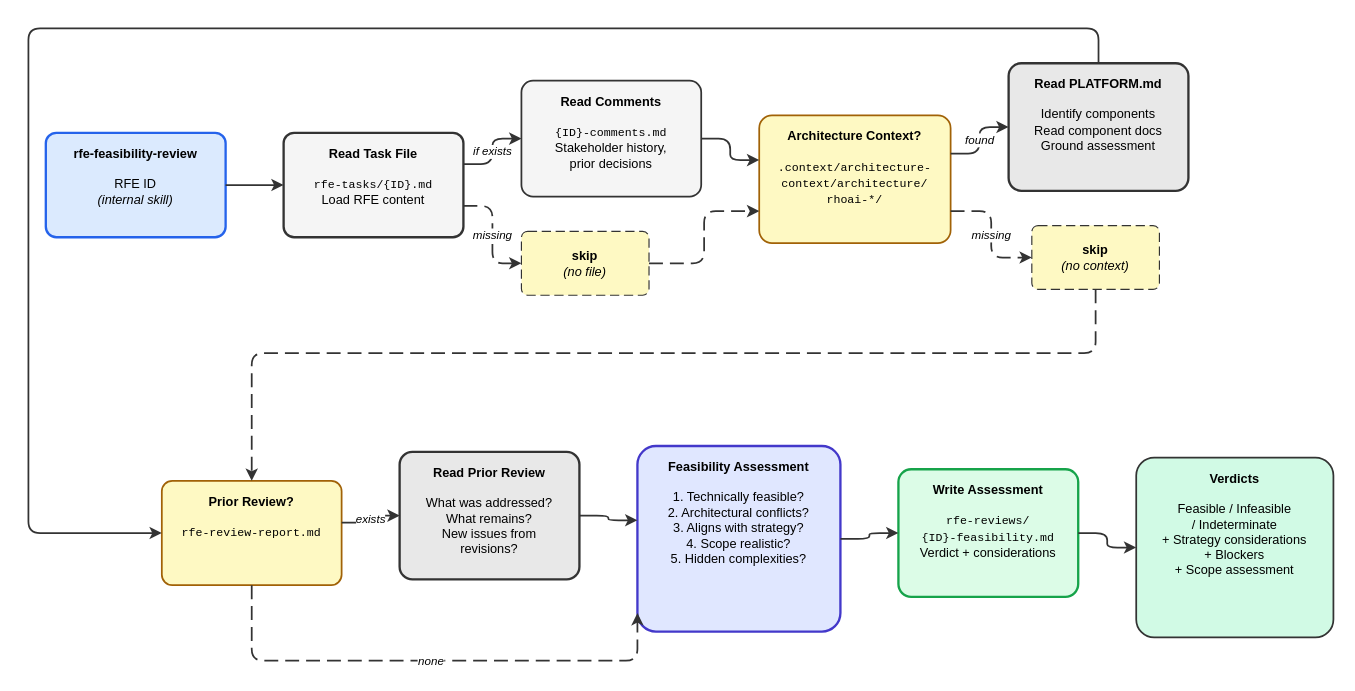
Before: site/docs/plugins/rfe-creator/rfe-feasibility-review.drawio in opendatahub-io/skills-registry, a draw.io diagram. Source tidied: cells renumbered, new cells numbered last; positions are measured from the earlier drawing's top-left corner, leaving out a move shared by most shapes. Both pictures are drawn from the tidied source at 116%, with x=0, y=0 at pixel (28, 28).
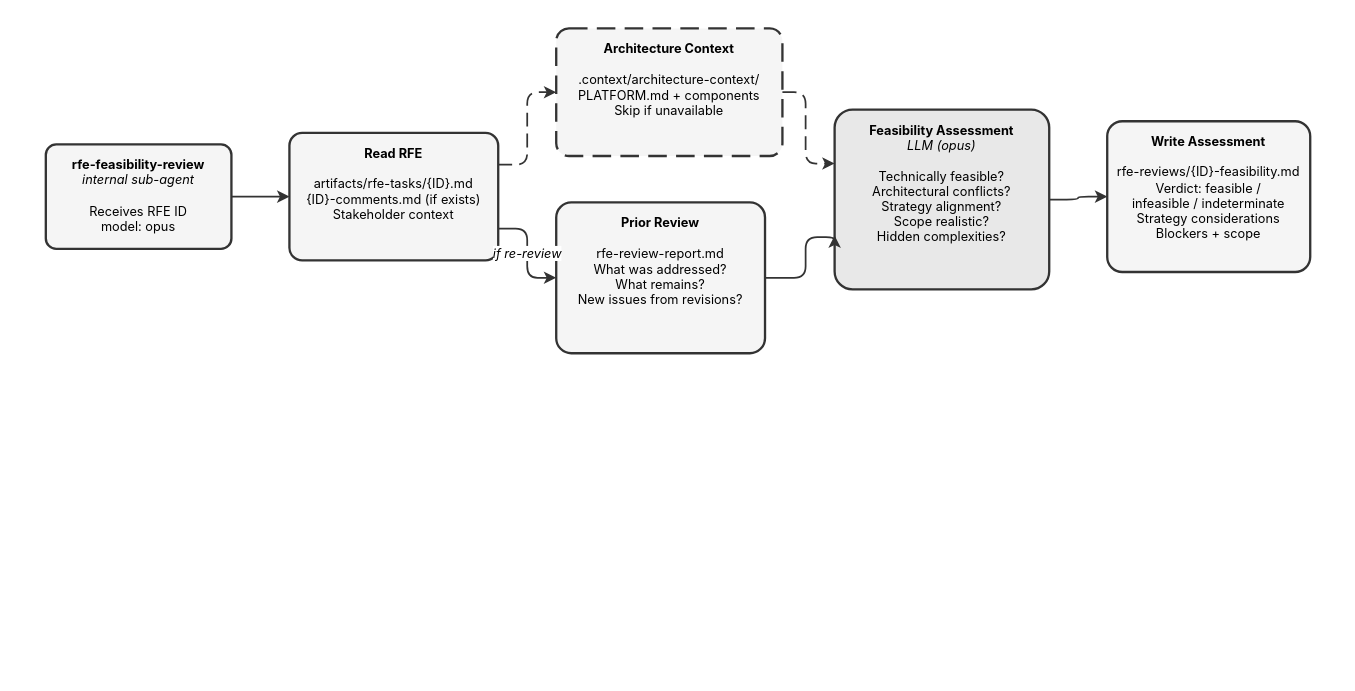
The same page after the edit.

Diff of the diagram source:
```diff
@@
-    <mxCell id="2" value="&lt;b&gt;rfe-feasibility-review&lt;/b&gt;&lt;br&gt;&lt;br&gt;RFE ID&lt;br&gt;&lt;i&gt;(internal skill)&lt;/i&gt;" style="rounded=1;whiteSpace=wrap;html=1;fillColor=#dbeafe;strokeColor=#2563eb;strokeWidth=2;arcSize=10;verticalAlign=top;spacingTop=5;fontSize=11;" parent="1" vertex="1">
-      <mxGeometry x="15" y="90" width="155" height="90" as="geometry" />
+    <mxCell id="2" value="&lt;b&gt;rfe-feasibility-review&lt;/b&gt;&lt;br&gt;&lt;i&gt;internal sub-agent&lt;/i&gt;&lt;br&gt;&lt;br&gt;Receives RFE ID&lt;br&gt;model: opus" style="rounded=1;whiteSpace=wrap;html=1;fillColor=#f5f5f5;strokeColor=#333333;strokeWidth=2;arcSize=10;verticalAlign=top;spacingTop=5;fontSize=11;fontFamily=Inter,Helvetica,Arial,sans-serif;" parent="1" vertex="1">
+      <mxGeometry x="15" y="100" width="160" height="90" as="geometry" />
     </mxCell>
-    <mxCell id="3" value="&lt;b&gt;Read Task File&lt;/b&gt;&lt;br&gt;&lt;br&gt;&lt;font face='Courier New' style='font-size:10px'&gt;rfe-tasks/{ID}.md&lt;/font&gt;&lt;br&gt;Load RFE content" style="rounded=1;whiteSpace=wrap;html=1;fillColor=#f5f5f5;strokeColor=#333333;strokeWidth=2;arcSize=10;verticalAlign=top;spacingTop=5;fontSize=11;" parent="1" vertex="1">
-      <mxGeometry x="220" y="90" width="155" height="90" as="geometry" />
-    </mxCell>
-    <mxCell id="4" value="&lt;b&gt;Read Comments&lt;/b&gt;&lt;br&gt;&lt;br&gt;&lt;font face='Courier New' style='font-size:10px'&gt;{ID}-comments.md&lt;/font&gt;&lt;br&gt;Stakeholder history,&lt;br&gt;prior decisions" style="rounded=1;whiteSpace=wrap;html=1;fillColor=#f5f5f5;strokeColor=#333333;strokeWidth=1.5;arcSize=10;verticalAlign=top;spacingTop=5;fontSize=11;" parent="1" vertex="1">
-      <mxGeometry x="425" y="45" width="155" height="100" as="geometry" />
-    </mxCell>
-    <mxCell id="5" value="&lt;b&gt;skip&lt;/b&gt;&lt;br&gt;&lt;i&gt;(no file)&lt;/i&gt;" style="rounded=1;whiteSpace=wrap;html=1;fillColor=#fef9c3;strokeColor=#333333;strokeWidth=1;arcSize=10;dashed=1;dashPattern=8 4;verticalAlign=middle;fontSize=11;" parent="1" vertex="1">
-      <mxGeometry x="425" y="175" width="110" height="55" as="geometry" />
-    </mxCell>
-    <mxCell id="6" value="&lt;b&gt;Architecture Context?&lt;/b&gt;&lt;br&gt;&lt;br&gt;&lt;font face='Courier New' style='font-size:10px'&gt;.context/architecture-&lt;br&gt;context/architecture/&lt;br&gt;rhoai-*/&lt;/font&gt;" style="rounded=1;whiteSpace=wrap;html=1;fillColor=#fef9c3;strokeColor=#a16207;strokeWidth=1.5;arcSize=10;verticalAlign=top;spacingTop=5;fontSize=11;" parent="1" vertex="1">
-      <mxGeometry x="630" y="75" width="165" height="110" as="geometry" />
-    </mxCell>
-    <mxCell id="7" value="&lt;b&gt;Read PLATFORM.md&lt;/b&gt;&lt;br&gt;&lt;br&gt;Identify components&lt;br&gt;Read component docs&lt;br&gt;Ground assessment" style="rounded=1;whiteSpace=wrap;html=1;fillColor=#e8e8e8;strokeColor=#333333;strokeWidth=2;arcSize=10;verticalAlign=top;spacingTop=5;fontSize=11;" parent="1" vertex="1">
-      <mxGeometry x="845" y="30" width="155" height="110" as="geometry" />
-    </mxCell>
-    <mxCell id="8" value="&lt;b&gt;skip&lt;/b&gt;&lt;br&gt;&lt;i&gt;(no context)&lt;/i&gt;" style="rounded=1;whiteSpace=wrap;html=1;fillColor=#fef9c3;strokeColor=#333333;strokeWidth=1;arcSize=10;dashed=1;dashPattern=8 4;verticalAlign=middle;fontSize=11;" parent="1" vertex="1">
-      <mxGeometry x="865" y="170" width="110" height="55" as="geometry" />
-    </mxCell>
+    <mxCell id="28" value="&lt;b&gt;Read RFE&lt;/b&gt;&lt;br&gt;&lt;br&gt;artifacts/rfe-tasks/{ID}.md&lt;br&gt;{ID}-comments.md (if exists)&lt;br&gt;Stakeholder context" style="rounded=1;whiteSpace=wrap;html=1;fillColor=#f5f5f5;strokeColor=#333333;strokeWidth=2;arcSize=10;verticalAlign=top;spacingTop=5;fontSize=11;fontFamily=Inter,Helvetica,Arial,sans-serif;" parent="1" vertex="1">
+      <mxGeometry x="225" y="90" width="180" height="110" as="geometry" />
+    </mxCell>
+    <mxCell id="29" value="&lt;b&gt;Architecture Context&lt;/b&gt;&lt;br&gt;&lt;br&gt;.context/architecture-context/&lt;br&gt;PLATFORM.md + components&lt;br&gt;Skip if unavailable" style="rounded=1;whiteSpace=wrap;html=1;fillColor=#f5f5f5;strokeColor=#333333;strokeWidth=2;arcSize=10;dashed=1;dashPattern=8 4;verticalAlign=top;spacingTop=5;fontSize=11;fontFamily=Inter,Helvetica,Arial,sans-serif;" parent="1" vertex="1">
+      <mxGeometry x="455" width="195" height="110" as="geometry" />
+    </mxCell>
-    <mxCell id="9" value="&lt;b&gt;Prior Review?&lt;/b&gt;&lt;br&gt;&lt;br&gt;&lt;font face='Courier New' style='font-size:10px'&gt;rfe-review-report.md&lt;/font&gt;" style="rounded=1;whiteSpace=wrap;html=1;fillColor=#fef9c3;strokeColor=#a16207;strokeWidth=1.5;arcSize=10;verticalAlign=top;spacingTop=5;fontSize=11;" parent="1" vertex="1">
-      <mxGeometry x="115" y="390" width="155" height="90" as="geometry" />
+    <mxCell id="9" value="&lt;b&gt;Prior Review&lt;/b&gt;&lt;br&gt;&lt;br&gt;rfe-review-report.md&lt;br&gt;What was addressed?&lt;br&gt;What remains?&lt;br&gt;New issues from revisions?" style="rounded=1;whiteSpace=wrap;html=1;fillColor=#f5f5f5;strokeColor=#333333;strokeWidth=2;arcSize=10;verticalAlign=top;spacingTop=5;fontSize=11;fontFamily=Inter,Helvetica,Arial,sans-serif;" parent="1" vertex="1">
+      <mxGeometry x="455" y="150" width="180" height="130" as="geometry" />
     </mxCell>
-    <mxCell id="10" value="&lt;b&gt;Read Prior Review&lt;/b&gt;&lt;br&gt;&lt;br&gt;What was addressed?&lt;br&gt;What remains?&lt;br&gt;New issues from&lt;br&gt;revisions?" style="rounded=1;whiteSpace=wrap;html=1;fillColor=#e8e8e8;strokeColor=#333333;strokeWidth=2;arcSize=10;verticalAlign=top;spacingTop=5;fontSize=11;" parent="1" vertex="1">
-      <mxGeometry x="320" y="365" width="155" height="110" as="geometry" />
-    </mxCell>
-    <mxCell id="11" value="&lt;b&gt;Feasibility Assessment&lt;/b&gt;&lt;br&gt;&lt;br&gt;1. Technically feasible?&lt;br&gt;2. Architectural conflicts?&lt;br&gt;3. Aligns with strategy?&lt;br&gt;4. Scope realistic?&lt;br&gt;5. Hidden complexities?" style="rounded=1;whiteSpace=wrap;html=1;fillColor=#e0e7ff;strokeColor=#4338ca;strokeWidth=2;arcSize=10;verticalAlign=top;spacingTop=5;fontSize=11;" parent="1" vertex="1">
-      <mxGeometry x="525" y="360" width="175" height="160" as="geometry" />
+    <mxCell id="11" value="&lt;b&gt;Feasibility Assessment&lt;/b&gt;&lt;br&gt;&lt;i&gt;LLM (opus)&lt;/i&gt;&lt;br&gt;&lt;br&gt;Technically feasible?&lt;br&gt;Architectural conflicts?&lt;br&gt;Strategy alignment?&lt;br&gt;Scope realistic?&lt;br&gt;Hidden complexities?" style="rounded=1;whiteSpace=wrap;html=1;fillColor=#e8e8e8;strokeColor=#333333;strokeWidth=2;arcSize=10;verticalAlign=top;spacingTop=5;fontSize=11;fontFamily=Inter,Helvetica,Arial,sans-serif;" parent="1" vertex="1">
+      <mxGeometry x="695" y="70" width="185" height="155" as="geometry" />
     </mxCell>
-    <mxCell id="12" value="&lt;b&gt;Write Assessment&lt;/b&gt;&lt;br&gt;&lt;br&gt;&lt;font face='Courier New' style='font-size:10px'&gt;rfe-reviews/&lt;br&gt;{ID}-feasibility.md&lt;/font&gt;&lt;br&gt;Verdict + considerations" style="rounded=1;whiteSpace=wrap;html=1;fillColor=#dcfce7;strokeColor=#16a34a;strokeWidth=2;arcSize=10;verticalAlign=top;spacingTop=5;fontSize=11;" parent="1" vertex="1">
-      <mxGeometry x="750" y="380" width="155" height="110" as="geometry" />
+    <mxCell id="12" value="&lt;b&gt;Write Assessment&lt;/b&gt;&lt;br&gt;&lt;br&gt;rfe-reviews/{ID}-feasibility.md&lt;br&gt;Verdict: feasible /&lt;br&gt;infeasible / indeterminate&lt;br&gt;Strategy considerations&lt;br&gt;Blockers + scope" style="rounded=1;whiteSpace=wrap;html=1;fillColor=#f5f5f5;strokeColor=#333333;strokeWidth=2;arcSize=10;verticalAlign=top;spacingTop=5;fontSize=11;fontFamily=Inter,Helvetica,Arial,sans-serif;" parent="1" vertex="1">
+      <mxGeometry x="930" y="80" width="175" height="130" as="geometry" />
     </mxCell>
-    <mxCell id="13" value="&lt;b&gt;Verdicts&lt;/b&gt;&lt;br&gt;&lt;br&gt;Feasible / Infeasible&lt;br&gt;/ Indeterminate&lt;br&gt;+ Strategy considerations&lt;br&gt;+ Blockers&lt;br&gt;+ Scope assessment" style="rounded=1;whiteSpace=wrap;html=1;fillColor=#d1fae5;strokeColor=#333333;strokeWidth=1.5;arcSize=10;verticalAlign=top;spacingTop=5;fontSize=11;" parent="1" vertex="1">
-      <mxGeometry x="955" y="370" width="170" height="155" as="geometry" />
-    </mxCell>
-    <mxCell id="14" style="edgeStyle=orthogonalEdgeStyle;rounded=1;strokeColor=#333333;strokeWidth=1.5;html=1;exitX=1;exitY=0.5;exitDx=0;exitDy=0;entryX=0;entryY=0.5;entryDx=0;entryDy=0;" parent="1" edge="1" source="2" target="3">
-      <mxGeometry relative="1" as="geometry" />
-    </mxCell>
-    <mxCell id="15" value="if exists" style="edgeStyle=orthogonalEdgeStyle;rounded=1;strokeColor=#333333;strokeWidth=1.5;html=1;fontStyle=2;fontSize=10;exitX=1;exitY=0.3;exitDx=0;exitDy=0;entryX=0;entryY=0.5;entryDx=0;entryDy=0;" parent="1" edge="1" source="3" target="4">
-      <mxGeometry relative="1" as="geometry" />
-    </mxCell>
-    <mxCell id="16" value="missing" style="edgeStyle=orthogonalEdgeStyle;rounded=1;strokeColor=#333333;strokeWidth=1.5;dashed=1;dashPattern=8 4;html=1;fontStyle=2;fontSize=10;exitX=1;exitY=0.7;exitDx=0;exitDy=0;entryX=0;entryY=0.5;entryDx=0;entryDy=0;" parent="1" edge="1" source="3" target="5">
-      <mxGeometry relative="1" as="geometry" />
-    </mxCell>
-    <mxCell id="17" style="edgeStyle=orthogonalEdgeStyle;rounded=1;strokeColor=#333333;strokeWidth=1.5;html=1;exitX=1;exitY=0.5;exitDx=0;exitDy=0;entryX=0;entryY=0.35;entryDx=0;entryDy=0;" parent="1" edge="1" source="4" target="6">
-      <mxGeometry relative="1" as="geometry" />
-    </mxCell>
-    <mxCell id="18" style="edgeStyle=orthogonalEdgeStyle;rounded=1;strokeColor=#333333;strokeWidth=1.5;dashed=1;dashPattern=8 4;html=1;exitX=1;exitY=0.5;exitDx=0;exitDy=0;entryX=0;entryY=0.75;entryDx=0;entryDy=0;" parent="1" edge="1" source="5" target="6">
-      <mxGeometry relative="1" as="geometry" />
-    </mxCell>
-    <mxCell id="19" value="found" style="edgeStyle=orthogonalEdgeStyle;rounded=1;strokeColor=#333333;strokeWidth=1.5;html=1;fontStyle=2;fontSize=10;exitX=1;exitY=0.3;exitDx=0;exitDy=0;entryX=0;entryY=0.5;entryDx=0;entryDy=0;" parent="1" edge="1" source="6" target="7">
-      <mxGeometry relative="1" as="geometry" />
-    </mxCell>
-    <mxCell id="20" value="missing" style="edgeStyle=orthogonalEdgeStyle;rounded=1;strokeColor=#333333;strokeWidth=1.5;dashed=1;dashPattern=8 4;html=1;fontStyle=2;fontSize=10;exitX=1;exitY=0.75;exitDx=0;exitDy=0;entryX=0;entryY=0.5;entryDx=0;entryDy=0;" parent="1" edge="1" source="6" target="8">
-      <mxGeometry relative="1" as="geometry" />
-    </mxCell>
-    <mxCell id="21" style="edgeStyle=orthogonalEdgeStyle;rounded=1;strokeColor=#333333;strokeWidth=1.5;html=1;exitX=0.5;exitY=0;exitDx=0;exitDy=0;entryX=0;entryY=0.5;entryDx=0;entryDy=0;" parent="1" edge="1" source="7" target="9">
-      <mxGeometry relative="1" as="geometry">
-        <Array as="points">
-          <mxPoint x="922" />
-          <mxPoint />
-          <mxPoint y="435" />
-        </Array>
-      </mxGeometry>
-    </mxCell>
-    <mxCell id="22" style="edgeStyle=orthogonalEdgeStyle;rounded=1;strokeColor=#333333;strokeWidth=1.5;dashed=1;dashPattern=8 4;html=1;exitX=0.5;exitY=1;exitDx=0;exitDy=0;entryX=0.5;entryY=0;entryDx=0;entryDy=0;" parent="1" edge="1" source="8" target="9">
-      <mxGeometry relative="1" as="geometry">
-        <Array as="points">
-          <mxPoint x="920" y="280" />
-          <mxPoint x="192" y="280" />
-        </Array>
-      </mxGeometry>
-    </mxCell>
-    <mxCell id="23" value="exists" style="edgeStyle=orthogonalEdgeStyle;rounded=1;strokeColor=#333333;strokeWidth=1.5;html=1;fontStyle=2;fontSize=10;exitX=1;exitY=0.4;exitDx=0;exitDy=0;entryX=0;entryY=0.5;entryDx=0;entryDy=0;" parent="1" edge="1" source="9" target="10">
-      <mxGeometry relative="1" as="geometry" />
-    </mxCell>
+    <mxCell id="30" style="edgeStyle=orthogonalEdgeStyle;rounded=1;strokeColor=#333333;strokeWidth=1.5;html=1;fontFamily=Inter,Helvetica,Arial,sans-serif;exitX=1;exitY=0.5;exitDx=0;exitDy=0;entryX=0;entryY=0.5;entryDx=0;entryDy=0;" parent="1" edge="1" source="2" target="28">
+      <mxGeometry relative="1" as="geometry" />
+    </mxCell>
+    <mxCell id="31" style="edgeStyle=orthogonalEdgeStyle;rounded=1;strokeColor=#333333;strokeWidth=1.5;dashed=1;dashPattern=8 4;html=1;fontFamily=Inter,Helvetica,Arial,sans-serif;exitX=1;exitY=0.25;exitDx=0;exitDy=0;entryX=0;entryY=0.5;entryDx=0;entryDy=0;" parent="1" edge="1" source="28" target="29">
+      <mxGeometry relative="1" as="geometry">
+        <Array as="points">
+          <mxPoint x="430" y="118" />
+          <mxPoint x="430" y="55" />
+        </Array>
+      </mxGeometry>
+    </mxCell>
+    <mxCell id="32" value="if re-review" style="edgeStyle=orthogonalEdgeStyle;rounded=1;strokeColor=#333333;strokeWidth=1.5;html=1;fontStyle=2;fontSize=11;fontFamily=Inter,Helvetica,Arial,sans-serif;exitX=1;exitY=0.75;exitDx=0;exitDy=0;entryX=0;entryY=0.5;entryDx=0;entryDy=0;" parent="1" edge="1" source="28" target="9">
+      <mxGeometry relative="1" as="geometry">
+        <Array as="points">
+          <mxPoint x="430" y="173" />
+          <mxPoint x="430" y="215" />
+        </Array>
+      </mxGeometry>
+    </mxCell>
-    <mxCell id="24" value="none" style="edgeStyle=orthogonalEdgeStyle;rounded=1;strokeColor=#333333;strokeWidth=1.5;dashed=1;dashPattern=8 4;html=1;fontStyle=2;fontSize=10;exitX=0.5;exitY=1;exitDx=0;exitDy=0;entryX=0;entryY=0.9;entryDx=0;entryDy=0;" parent="1" edge="1" source="9" target="11">
+    <mxCell id="24" style="edgeStyle=orthogonalEdgeStyle;rounded=1;strokeColor=#333333;strokeWidth=1.5;html=1;fontFamily=Inter,Helvetica,Arial,sans-serif;exitX=1;exitY=0.5;exitDx=0;exitDy=0;entryX=0;entryY=0.7;entryDx=0;entryDy=0;" parent="1" edge="1" source="9" target="11">
       <mxGeometry relative="1" as="geometry">
         <Array as="points">
-          <mxPoint x="192" y="545" />
-          <mxPoint x="525" y="545" />
+          <mxPoint x="670" y="215" />
+          <mxPoint x="670" y="180" />
         </Array>
       </mxGeometry>
     </mxCell>
-    <mxCell id="25" style="edgeStyle=orthogonalEdgeStyle;rounded=1;strokeColor=#333333;strokeWidth=1.5;html=1;exitX=1;exitY=0.5;exitDx=0;exitDy=0;entryX=0;entryY=0.4;entryDx=0;entryDy=0;" parent="1" edge="1" source="10" target="11">
-      <mxGeometry relative="1" as="geometry" />
-    </mxCell>
+    <mxCell id="33" style="edgeStyle=orthogonalEdgeStyle;rounded=1;strokeColor=#333333;strokeWidth=1.5;dashed=1;dashPattern=8 4;html=1;fontFamily=Inter,Helvetica,Arial,sans-serif;exitX=1;exitY=0.5;exitDx=0;exitDy=0;entryX=0;entryY=0.3;entryDx=0;entryDy=0;" parent="1" edge="1" source="29" target="11">
+      <mxGeometry relative="1" as="geometry">
+        <Array as="points">
+          <mxPoint x="670" y="55" />
+          <mxPoint x="670" y="117" />
+        </Array>
+      </mxGeometry>
+    </mxCell>
-    <mxCell id="26" style="edgeStyle=orthogonalEdgeStyle;rounded=1;strokeColor=#333333;strokeWidth=1.5;html=1;exitX=1;exitY=0.5;exitDx=0;exitDy=0;entryX=0;entryY=0.5;entryDx=0;entryDy=0;" parent="1" edge="1" source="11" target="12">
+    <mxCell id="26" style="edgeStyle=orthogonalEdgeStyle;rounded=1;strokeColor=#333333;strokeWidth=1.5;html=1;fontFamily=Inter,Helvetica,Arial,sans-serif;exitX=1;exitY=0.5;exitDx=0;exitDy=0;entryX=0;entryY=0.5;entryDx=0;entryDy=0;" parent="1" edge="1" source="11" target="12">
       <mxGeometry relative="1" as="geometry" />
     </mxCell>
-    <mxCell id="27" style="edgeStyle=orthogonalEdgeStyle;rounded=1;strokeColor=#333333;strokeWidth=1.5;html=1;exitX=1;exitY=0.5;exitDx=0;exitDy=0;entryX=0;entryY=0.5;entryDx=0;entryDy=0;" parent="1" edge="1" source="12" target="13">
-      <mxGeometry relative="1" as="geometry" />
-    </mxCell>
```
